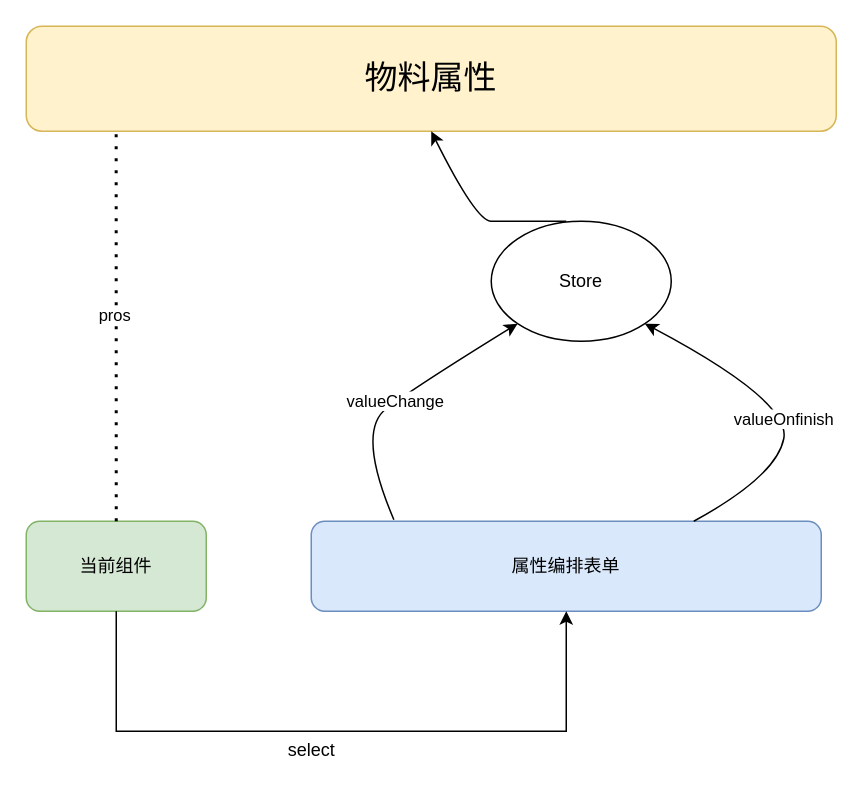
This is 属性面板的解析.drawio from yuxinyu12345/diagrams, a draw.io file, before an edit. Source tidied: cells renumbered, new cells numbered last; positions are measured from the earlier drawing's top-left corner, leaving out a move shared by most shapes. Both pictures are drawn from the tidied source at 150%, with x=0, y=0 at pixel (26, 26).
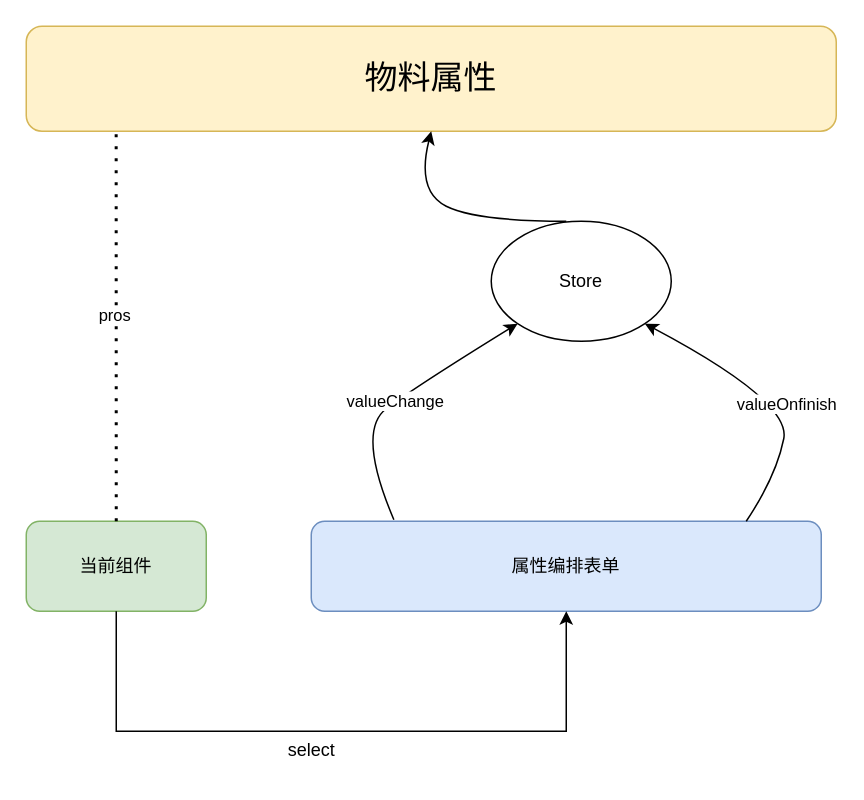
Above is the later version.

Commit message (it also covers changes not shown here):
更新属性面板的解析.drawio

The change refers to these unchanged cells:
```xml
<mxCell id="2" value="物料属性" style="rounded=1;whiteSpace=wrap;html=1;fillColor=#fff2cc;strokeColor=#d6b656;fontSize=22;" parent="1" vertex="1">
  <mxGeometry width="540" height="70" as="geometry" />
</mxCell>
<mxCell id="4" value="属性编排表单" style="rounded=1;whiteSpace=wrap;html=1;fillColor=#dae8fc;strokeColor=#6c8ebf;" parent="1" vertex="1">
  <mxGeometry x="190" y="330" width="340" height="60" as="geometry" />
</mxCell>
<mxCell id="9" value="Store" style="ellipse;whiteSpace=wrap;html=1;" parent="1" vertex="1">
  <mxGeometry x="310" y="130" width="120" height="80" as="geometry" />
</mxCell>
```

What changed in the source:
```diff
@@
     <mxCell id="10" style="curved=1;endArrow=classic;html=1;rounded=0;entryX=0.5;entryY=1;entryDx=0;entryDy=0;" parent="1" edge="1" target="2">
       <mxGeometry relative="1" as="geometry">
         <mxPoint x="360" y="130" as="sourcePoint" />
         <Array as="points">
-          <mxPoint x="320" y="130" />
           <mxPoint x="300" y="130" />
+          <mxPoint x="260" y="110" />
         </Array>
       </mxGeometry>
     </mxCell>
@@
-    <mxCell id="12" style="curved=1;endArrow=classic;html=1;rounded=0;exitX=0.75;exitY=0;exitDx=0;exitDy=0;entryX=1;entryY=1;entryDx=0;entryDy=0;" parent="1" edge="1" source="4" target="9">
+    <mxCell id="12" style="curved=1;endArrow=classic;html=1;rounded=0;entryX=1;entryY=1;entryDx=0;entryDy=0;" parent="1" edge="1" target="9">
       <mxGeometry relative="1" as="geometry">
+        <mxPoint x="480" y="330" as="sourcePoint" />
         <Array as="points">
           <mxPoint x="500" y="300" />
           <mxPoint x="510" y="250" />
         </Array>
       </mxGeometry>
     </mxCell>
```
